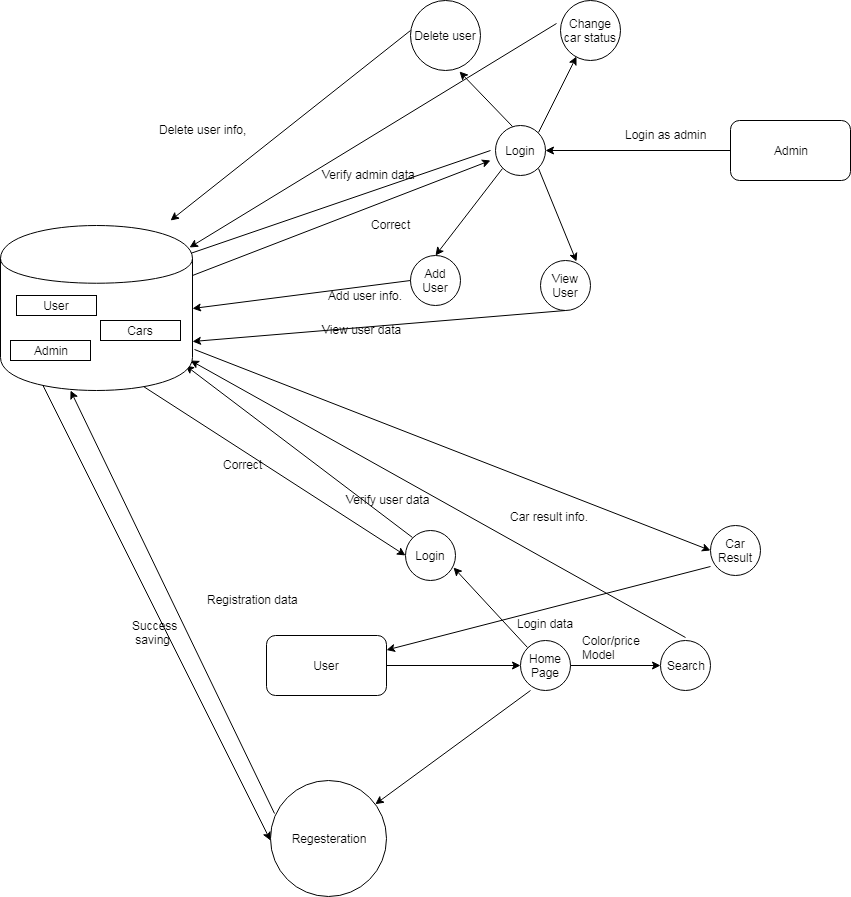
This is Design/CAR_DFD.png from FatmaMohamedSoliman/CarPurchasing, a draw.io export, as it was before one commit. Source tidied: cells renumbered, new cells last; positions are measured from the earlier drawing's top-left corner, leaving out a move shared by most shapes. Source of this version:
```xml
<mxGraphModel>
  <root>
    <mxCell id="0" />
    <mxCell id="1" parent="0" />
    <mxCell id="2" value="Change car status" style="ellipse;whiteSpace=wrap;html=1;" parent="1" vertex="1">
      <mxGeometry x="560" width="60" height="60" as="geometry" />
    </mxCell>
    <mxCell id="3" value="Delete user" style="ellipse;whiteSpace=wrap;html=1;" parent="1" vertex="1">
      <mxGeometry x="410" width="70" height="70" as="geometry" />
    </mxCell>
    <mxCell id="4" value="Login" style="ellipse;whiteSpace=wrap;html=1;" parent="1" vertex="1">
      <mxGeometry x="405" y="530" width="50" height="50" as="geometry" />
    </mxCell>
    <mxCell id="5" value="Home Page" style="ellipse;whiteSpace=wrap;html=1;" parent="1" vertex="1">
      <mxGeometry x="520" y="640" width="50" height="50" as="geometry" />
    </mxCell>
    <mxCell id="6" value="Regesteration" style="ellipse;whiteSpace=wrap;html=1;" parent="1" vertex="1">
      <mxGeometry x="270" y="780" width="116" height="116" as="geometry" />
    </mxCell>
    <mxCell id="7" value="User" style="rounded=1;whiteSpace=wrap;html=1;" parent="1" vertex="1">
      <mxGeometry x="266" y="635" width="120" height="60" as="geometry" />
    </mxCell>
    <mxCell id="8" value="Admin" style="rounded=1;whiteSpace=wrap;html=1;" parent="1" vertex="1">
      <mxGeometry x="730" y="120" width="120" height="60" as="geometry" />
    </mxCell>
    <mxCell id="9" value="Add User" style="ellipse;whiteSpace=wrap;html=1;" parent="1" vertex="1">
      <mxGeometry x="410" y="255" width="50" height="50" as="geometry" />
    </mxCell>
    <mxCell id="10" value="Login" style="ellipse;whiteSpace=wrap;html=1;" parent="1" vertex="1">
      <mxGeometry x="495" y="125" width="50" height="50" as="geometry" />
    </mxCell>
    <mxCell id="11" value="View User" style="ellipse;whiteSpace=wrap;html=1;" parent="1" vertex="1">
      <mxGeometry x="540" y="260" width="50" height="50" as="geometry" />
    </mxCell>
    <mxCell id="12" style="endArrow=classic;html=1;exitX=1;exitY=0.5;exitDx=0;exitDy=0;entryX=0;entryY=0.5;entryDx=0;entryDy=0;" parent="1" edge="1" source="7" target="5">
      <mxGeometry relative="1" as="geometry" />
    </mxCell>
    <mxCell id="13" style="endArrow=classic;html=1;exitX=0;exitY=0.5;exitDx=0;exitDy=0;entryX=1;entryY=0.5;entryDx=0;entryDy=0;" parent="1" edge="1" source="8" target="10">
      <mxGeometry relative="1" as="geometry" />
    </mxCell>
    <mxCell id="14" style="endArrow=classic;html=1;entryX=0.25;entryY=0;entryDx=0;entryDy=0;" parent="1" edge="1">
      <mxGeometry relative="1" as="geometry">
        <mxPoint x="490" y="150" as="sourcePoint" />
        <mxPoint x="82" y="290" as="targetPoint" />
      </mxGeometry>
    </mxCell>
    <mxCell id="15" style="endArrow=classic;html=1;entryX=0.7;entryY=1.017;entryDx=0;entryDy=0;entryPerimeter=0;exitX=0.34;exitY=0.02;exitDx=0;exitDy=0;exitPerimeter=0;" parent="1" edge="1" source="10" target="3">
      <mxGeometry relative="1" as="geometry" />
    </mxCell>
    <mxCell id="16" style="endArrow=classic;html=1;exitX=1;exitY=0;exitDx=0;exitDy=0;entryX=0.267;entryY=0.933;entryDx=0;entryDy=0;entryPerimeter=0;" parent="1" edge="1" source="10" target="2">
      <mxGeometry relative="1" as="geometry" />
    </mxCell>
    <mxCell id="17" style="endArrow=classic;html=1;exitX=1;exitY=1;exitDx=0;exitDy=0;entryX=0.72;entryY=0.02;entryDx=0;entryDy=0;entryPerimeter=0;" parent="1" edge="1" source="10" target="11">
      <mxGeometry relative="1" as="geometry" />
    </mxCell>
    <mxCell id="18" style="endArrow=classic;html=1;exitX=0;exitY=1;exitDx=0;exitDy=0;entryX=0.5;entryY=0;entryDx=0;entryDy=0;" parent="1" edge="1" source="10" target="9">
      <mxGeometry relative="1" as="geometry" />
    </mxCell>
    <mxCell id="19" style="endArrow=classic;html=1;exitX=1;exitY=0.3;exitDx=0;exitDy=0;" parent="1" edge="1" source="49">
      <mxGeometry relative="1" as="geometry">
        <mxPoint x="490" y="160" as="targetPoint" />
      </mxGeometry>
    </mxCell>
    <mxCell id="20" value="Verify admin data" style="text;html=1;align=left;verticalAlign=top;spacingTop=-4;" parent="1" vertex="1">
      <mxGeometry x="320" y="165" width="110" height="20" as="geometry" />
    </mxCell>
    <mxCell id="21" value="Correct" style="text;html=1;align=left;verticalAlign=top;spacingTop=-4;" parent="1" vertex="1">
      <mxGeometry x="369" y="215" width="50" height="20" as="geometry" />
    </mxCell>
    <mxCell id="22" style="endArrow=classic;html=1;" parent="1" edge="1">
      <mxGeometry relative="1" as="geometry">
        <mxPoint x="410" y="30" as="sourcePoint" />
        <mxPoint x="170" y="220" as="targetPoint" />
      </mxGeometry>
    </mxCell>
    <mxCell id="23" value="Delete user info," style="text;html=1;align=left;verticalAlign=top;spacingTop=-4;" parent="1" vertex="1">
      <mxGeometry x="157" y="120" width="100" height="20" as="geometry" />
    </mxCell>
    <mxCell id="24" style="endArrow=classic;html=1;exitX=-0.067;exitY=0.383;exitDx=0;exitDy=0;exitPerimeter=0;entryX=0.984;entryY=0.135;entryDx=0;entryDy=0;entryPerimeter=0;" parent="1" edge="1" source="2" target="49">
      <mxGeometry relative="1" as="geometry" />
    </mxCell>
    <mxCell id="25" style="endArrow=classic;html=1;exitX=0.5;exitY=1;exitDx=0;exitDy=0;entryX=1;entryY=0.7;entryDx=0;entryDy=0;" parent="1" edge="1" source="11" target="49">
      <mxGeometry relative="1" as="geometry" />
    </mxCell>
    <mxCell id="26" style="endArrow=classic;html=1;exitX=0;exitY=0.5;exitDx=0;exitDy=0;entryX=1;entryY=0.5;entryDx=0;entryDy=0;" parent="1" edge="1" source="9" target="49">
      <mxGeometry relative="1" as="geometry" />
    </mxCell>
    <mxCell id="27" value="Add user info." style="text;html=1;align=left;verticalAlign=top;spacingTop=-4;" parent="1" vertex="1">
      <mxGeometry x="326" y="286" width="90" height="20" as="geometry" />
    </mxCell>
    <mxCell id="28" value="View user data" style="text;html=1;align=left;verticalAlign=top;spacingTop=-4;" parent="1" vertex="1">
      <mxGeometry x="320" y="320" width="90" height="20" as="geometry" />
    </mxCell>
    <mxCell id="29" value="Login as admin" style="text;html=1;align=left;verticalAlign=top;spacingTop=-4;" parent="1" vertex="1">
      <mxGeometry x="623" y="125" width="100" height="20" as="geometry" />
    </mxCell>
    <mxCell id="30" style="endArrow=classic;html=1;exitX=0;exitY=0;exitDx=0;exitDy=0;entryX=0.96;entryY=0.74;entryDx=0;entryDy=0;entryPerimeter=0;" parent="1" edge="1" source="5" target="4">
      <mxGeometry relative="1" as="geometry" />
    </mxCell>
    <mxCell id="31" style="endArrow=classic;html=1;exitX=0.2;exitY=1;exitDx=0;exitDy=0;exitPerimeter=0;" parent="1" edge="1" source="5" target="6">
      <mxGeometry relative="1" as="geometry" />
    </mxCell>
    <mxCell id="32" style="endArrow=classic;html=1;exitX=0;exitY=0;exitDx=0;exitDy=0;entryX=0.75;entryY=1;entryDx=0;entryDy=0;" parent="1" edge="1" source="4">
      <mxGeometry relative="1" as="geometry">
        <mxPoint x="185" y="365" as="targetPoint" />
      </mxGeometry>
    </mxCell>
    <mxCell id="33" style="endArrow=classic;html=1;entryX=0;entryY=0.5;entryDx=0;entryDy=0;exitX=0.745;exitY=0.976;exitDx=0;exitDy=0;exitPerimeter=0;" parent="1" edge="1" source="49" target="4">
      <mxGeometry relative="1" as="geometry" />
    </mxCell>
    <mxCell id="34" value="Login data" style="text;html=1;align=left;verticalAlign=top;spacingTop=-4;" parent="1" vertex="1">
      <mxGeometry x="515" y="614" width="70" height="20" as="geometry" />
    </mxCell>
    <mxCell id="35" value="Verify user data" style="text;html=1;align=left;verticalAlign=top;spacingTop=-4;" parent="1" vertex="1">
      <mxGeometry x="344" y="490" width="100" height="20" as="geometry" />
    </mxCell>
    <mxCell id="36" value="Correct" style="text;html=1;align=left;verticalAlign=top;spacingTop=-4;" parent="1" vertex="1">
      <mxGeometry x="221" y="455" width="50" height="20" as="geometry" />
    </mxCell>
    <mxCell id="37" style="endArrow=classic;html=1;exitX=0.034;exitY=0.284;exitDx=0;exitDy=0;exitPerimeter=0;" parent="1" edge="1" source="6">
      <mxGeometry relative="1" as="geometry">
        <mxPoint x="70" y="390" as="targetPoint" />
      </mxGeometry>
    </mxCell>
    <mxCell id="38" style="endArrow=classic;html=1;" parent="1" edge="1">
      <mxGeometry relative="1" as="geometry">
        <mxPoint x="40" y="380" as="sourcePoint" />
        <mxPoint x="270" y="840" as="targetPoint" />
      </mxGeometry>
    </mxCell>
    <mxCell id="39" value="Registration data" style="text;html=1;align=left;verticalAlign=top;spacingTop=-4;" parent="1" vertex="1">
      <mxGeometry x="205" y="590" width="110" height="20" as="geometry" />
    </mxCell>
    <mxCell id="40" value="Success&lt;br&gt;&amp;nbsp;saving" style="text;html=1;align=left;verticalAlign=top;spacingTop=-4;" parent="1" vertex="1">
      <mxGeometry x="130" y="616" width="60" height="30" as="geometry" />
    </mxCell>
    <mxCell id="41" value="Search" style="ellipse;whiteSpace=wrap;html=1;" parent="1" vertex="1">
      <mxGeometry x="660" y="640" width="50" height="50" as="geometry" />
    </mxCell>
    <mxCell id="42" style="endArrow=classic;html=1;entryX=0;entryY=0.5;entryDx=0;entryDy=0;" parent="1" edge="1" target="41">
      <mxGeometry relative="1" as="geometry">
        <mxPoint x="570" y="665" as="sourcePoint" />
      </mxGeometry>
    </mxCell>
    <mxCell id="43" value="Color/price&lt;br&gt;Model&lt;br&gt;" style="text;html=1;align=left;verticalAlign=top;spacingTop=-4;" parent="1" vertex="1">
      <mxGeometry x="580" y="631" width="70" height="30" as="geometry" />
    </mxCell>
    <mxCell id="44" value="Car Result" style="ellipse;whiteSpace=wrap;html=1;" parent="1" vertex="1">
      <mxGeometry x="710" y="525" width="50" height="50" as="geometry" />
    </mxCell>
    <mxCell id="45" style="endArrow=classic;html=1;entryX=0.99;entryY=0.818;entryDx=0;entryDy=0;entryPerimeter=0;" parent="1" edge="1" target="49">
      <mxGeometry relative="1" as="geometry">
        <mxPoint x="685" y="637" as="sourcePoint" />
      </mxGeometry>
    </mxCell>
    <mxCell id="46" value="Car result info." style="text;html=1;align=left;verticalAlign=top;spacingTop=-4;" parent="1" vertex="1">
      <mxGeometry x="508" y="507" width="90" height="20" as="geometry" />
    </mxCell>
    <mxCell id="47" style="endArrow=classic;html=1;entryX=0;entryY=0.5;entryDx=0;entryDy=0;exitX=1.01;exitY=0.752;exitDx=0;exitDy=0;exitPerimeter=0;" parent="1" edge="1" source="49" target="44">
      <mxGeometry relative="1" as="geometry" />
    </mxCell>
    <mxCell id="48" style="endArrow=classic;html=1;" parent="1" edge="1" target="7">
      <mxGeometry relative="1" as="geometry">
        <mxPoint x="710" y="566" as="sourcePoint" />
      </mxGeometry>
    </mxCell>
    <mxCell id="49" style="shape=cylinder;whiteSpace=wrap;html=1;boundedLbl=1;backgroundOutline=1;" parent="1" vertex="1">
      <mxGeometry y="225" width="192" height="165" as="geometry" />
    </mxCell>
    <mxCell id="50" value="User" style="rounded=0;whiteSpace=wrap;html=1;" parent="1" vertex="1">
      <mxGeometry x="16" y="295" width="80" height="20" as="geometry" />
    </mxCell>
    <mxCell id="51" value="Admin" style="rounded=0;whiteSpace=wrap;html=1;" parent="1" vertex="1">
      <mxGeometry x="10" y="340" width="80" height="20" as="geometry" />
    </mxCell>
    <mxCell id="52" value="Cars" style="rounded=0;whiteSpace=wrap;html=1;" parent="1" vertex="1">
      <mxGeometry x="100" y="320" width="80" height="20" as="geometry" />
    </mxCell>
  </root>
</mxGraphModel>
```
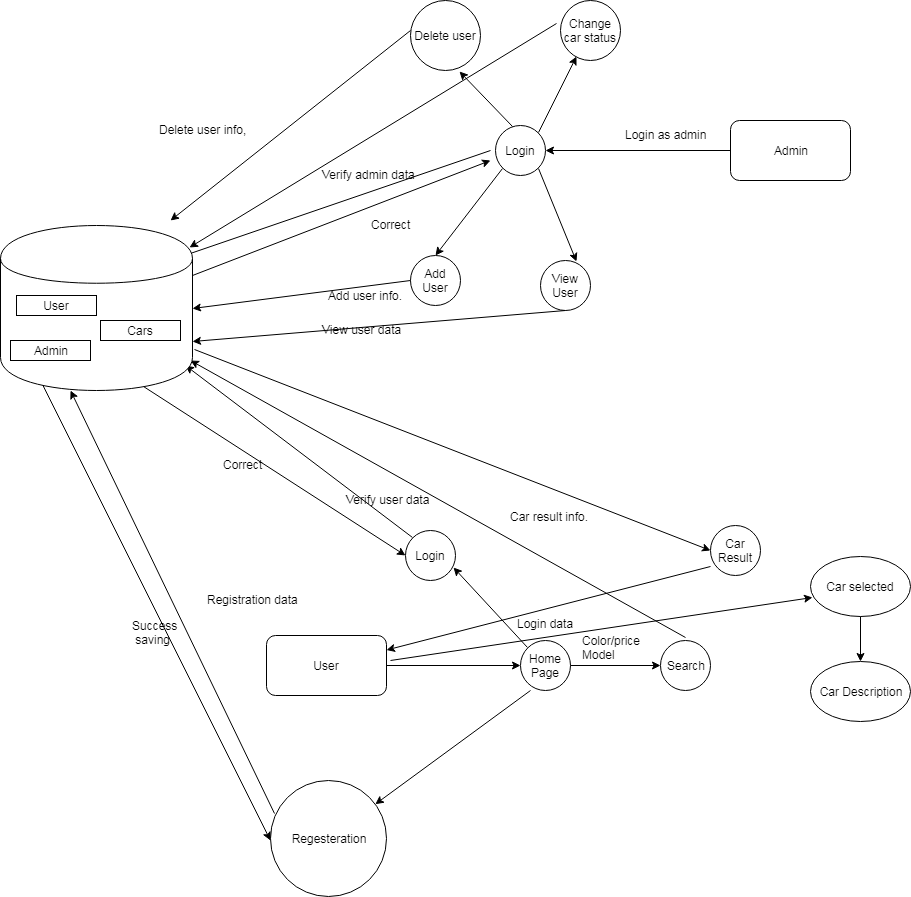
After the change.

Commit message:
DFD Diagram

Change to the diagram source:
```diff
@@ -176,5 +176,19 @@
     <mxCell id="52" value="Cars" style="rounded=0;whiteSpace=wrap;html=1;" parent="1" vertex="1">
       <mxGeometry x="100" y="320" width="80" height="20" as="geometry" />
     </mxCell>
+    <mxCell id="53" value="Car selected" style="ellipse;whiteSpace=wrap;html=1;" parent="1" vertex="1">
+      <mxGeometry x="810" y="556" width="100" height="60" as="geometry" />
+    </mxCell>
+    <mxCell id="54" value="Car Description" style="ellipse;whiteSpace=wrap;html=1;" parent="1" vertex="1">
+      <mxGeometry x="810" y="661" width="100" height="60" as="geometry" />
+    </mxCell>
+    <mxCell id="55" style="endArrow=classic;html=1;entryX=0.02;entryY=0.683;entryDx=0;entryDy=0;entryPerimeter=0;" parent="1" edge="1" target="53">
+      <mxGeometry relative="1" as="geometry">
+        <mxPoint x="390" y="660" as="sourcePoint" />
+      </mxGeometry>
+    </mxCell>
+    <mxCell id="56" style="endArrow=classic;html=1;entryX=0.5;entryY=0;entryDx=0;entryDy=0;exitX=0.5;exitY=1;exitDx=0;exitDy=0;" parent="1" edge="1" source="53" target="54">
+      <mxGeometry relative="1" as="geometry" />
+    </mxCell>
   </root>
 </mxGraphModel>
```
